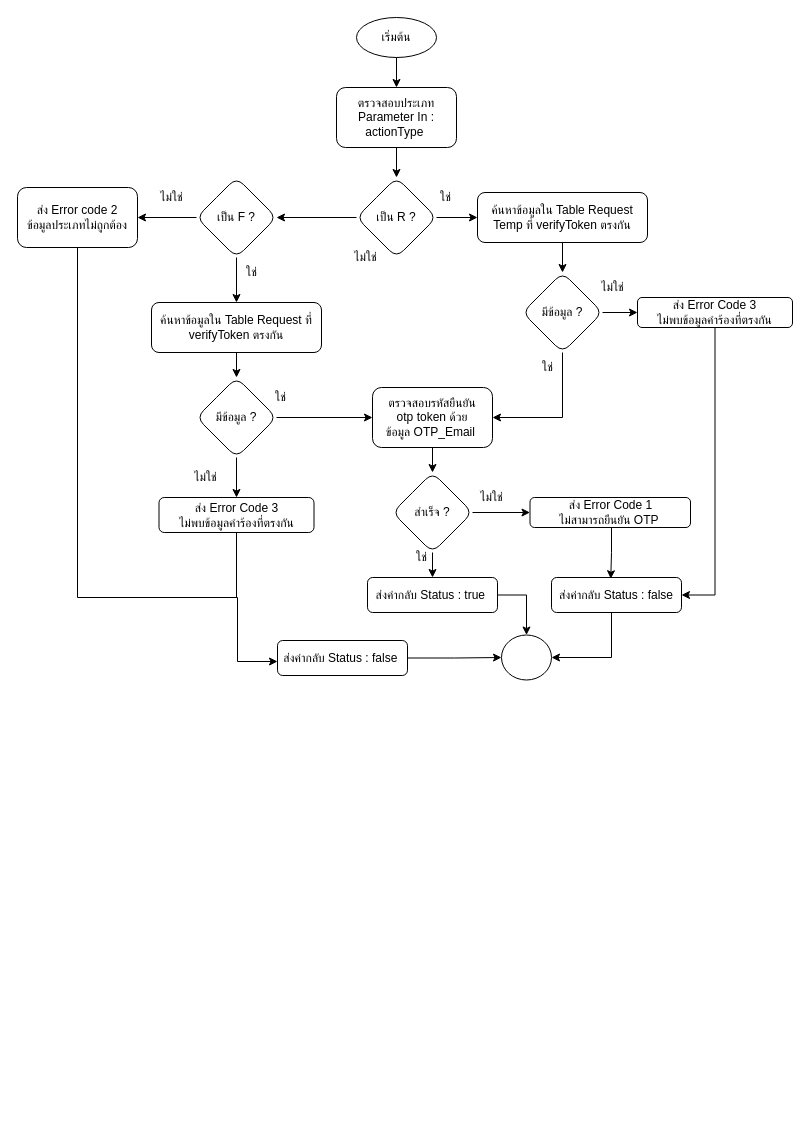
Before: page "หน้า-2" (2 of 2) of verifyOTPByEmail.drawio in charifrodmanee/charifrodmanee, a draw.io diagram. Source tidied: cells renumbered, new cells numbered last; positions are measured from the earlier drawing's top-left corner, leaving out a move shared by most shapes. Both pictures are drawn from the tidied source at 100%, with x=0, y=0 at pixel (17, 17).
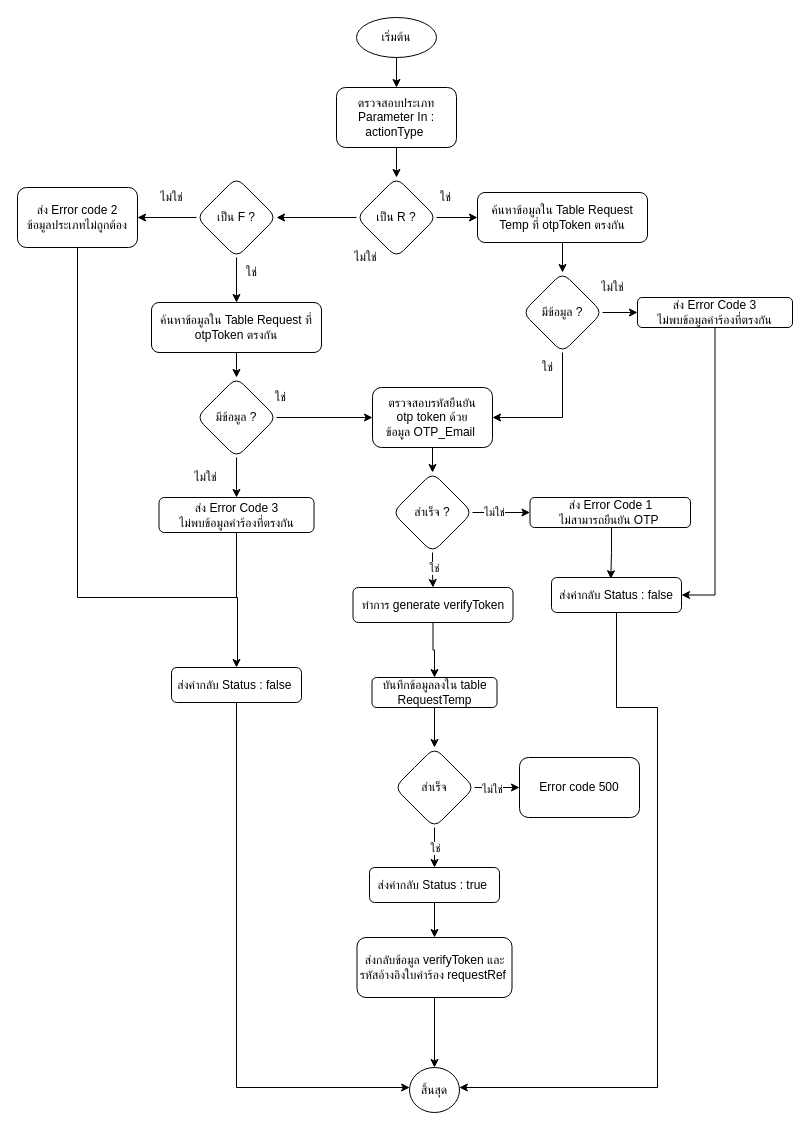
After the change.

The change refers to these unchanged cells:
```xml
<mxCell id="25" style="group;" parent="1" vertex="1">
  <mxGeometry x="134" y="285" width="170" height="230" as="geometry" />
</mxCell>
<mxCell id="27" value="มีข้อมูล ?" style="rhombus;whiteSpace=wrap;html=1;rounded=1;" parent="25" vertex="1">
  <mxGeometry x="45" y="75" width="80" height="80" as="geometry" />
</mxCell>
<mxCell id="29" value="ส่ง Error Code 3&lt;br&gt;ไม่พบข้อมูลคำร้องที่ตรงกัน" style="rounded=1;whiteSpace=wrap;html=1;" parent="25" vertex="1">
  <mxGeometry x="7.5" y="195" width="155" height="35" as="geometry" />
</mxCell>
```

Diff of the diagram source:
```diff
@@
-    <mxCell id="11" value="ค้นหาข้อมูลใน Table Request Temp ที่ verifyToken ตรงกัน" style="rounded=1;whiteSpace=wrap;html=1;" parent="1" vertex="1">
+    <mxCell id="11" value="ค้นหาข้อมูลใน Table Request Temp ที่ otpToken ตรงกัน" style="rounded=1;whiteSpace=wrap;html=1;" parent="1" vertex="1">
       <mxGeometry x="460" y="175" width="170" height="50" as="geometry" />
     </mxCell>
@@
-    <mxCell id="26" value="ค้นหาข้อมูลใน Table Request ที่ verifyToken ตรงกัน" style="rounded=1;whiteSpace=wrap;html=1;" parent="25" vertex="1">
+    <mxCell id="26" value="ค้นหาข้อมูลใน Table Request ที่ otpToken ตรงกัน" style="rounded=1;whiteSpace=wrap;html=1;" parent="25" vertex="1">
       <mxGeometry width="170" height="50" as="geometry" />
     </mxCell>
@@
-    <mxCell id="34" style="group;" parent="1" vertex="1">
-      <mxGeometry x="350" y="370" width="323" height="305" as="geometry" />
-    </mxCell>
+    <mxCell id="51" style="edgeStyle=orthogonalEdgeStyle;rounded=0;jettySize=auto;html=1;" parent="1" edge="1" source="27" target="38">
+      <mxGeometry relative="1" as="geometry" />
+    </mxCell>
+    <mxCell id="52" style="edgeStyle=orthogonalEdgeStyle;rounded=0;jettySize=auto;html=1;endArrow=none;endFill=0;" parent="1" edge="1" source="29">
+      <mxGeometry relative="1" as="geometry">
+        <mxPoint x="219" y="580" as="targetPoint" />
+      </mxGeometry>
+    </mxCell>
+    <mxCell id="53" value="ใช่" style="text;html=1;align=center;verticalAlign=middle;strokeColor=none;fillColor=none;" parent="1" vertex="1">
+      <mxGeometry x="510" y="335" width="40" height="30" as="geometry" />
+    </mxCell>
+    <mxCell id="54" value="ใช่" style="text;html=1;align=center;verticalAlign=middle;strokeColor=none;fillColor=none;" parent="1" vertex="1">
+      <mxGeometry x="213.5" y="240" width="40" height="30" as="geometry" />
+    </mxCell>
-    <mxCell id="35" style="ellipse;whiteSpace=wrap;html=1;" parent="34" vertex="1">
-      <mxGeometry x="134" y="247.5" width="50" height="45" as="geometry" />
+    <mxCell id="35" value="สิ้นสุด" style="ellipse;whiteSpace=wrap;html=1;" parent="1" vertex="1">
+      <mxGeometry x="392" y="1050" width="50" height="45" as="geometry" />
     </mxCell>
-    <mxCell id="36" style="edgeStyle=orthogonalEdgeStyle;rounded=0;jettySize=auto;html=1;entryX=0.5;entryY=0;entryDx=0;entryDy=0;endArrow=classic;endFill=1;" parent="34" edge="1" source="37" target="35">
-      <mxGeometry relative="1" as="geometry" />
-    </mxCell>
-    <mxCell id="37" value="ส่งค่ากลับ Status : true&amp;nbsp;" style="rounded=1;whiteSpace=wrap;html=1;" parent="34" vertex="1">
-      <mxGeometry y="190" width="130" height="35" as="geometry" />
-    </mxCell>
-    <mxCell id="38" value="ตรวจสอบรหัสยืนยัน&lt;br&gt;otp token ด้วยข้อมูล&amp;nbsp;OTP_Email&amp;nbsp;" style="whiteSpace=wrap;html=1;rounded=1;" parent="34" vertex="1">
-      <mxGeometry x="5" width="120" height="60" as="geometry" />
+    <mxCell id="38" value="ตรวจสอบรหัสยืนยัน&lt;br&gt;otp token ด้วยข้อมูล&amp;nbsp;OTP_Email&amp;nbsp;" style="whiteSpace=wrap;html=1;rounded=1;" parent="1" vertex="1">
+      <mxGeometry x="355" y="370" width="120" height="60" as="geometry" />
     </mxCell>
-    <mxCell id="39" style="edgeStyle=orthogonalEdgeStyle;rounded=0;jettySize=auto;html=1;endArrow=classic;endFill=1;" parent="34" edge="1" source="40" target="37">
-      <mxGeometry relative="1" as="geometry" />
-    </mxCell>
+    <mxCell id="55" style="edgeStyle=orthogonalEdgeStyle;rounded=0;jettySize=auto;html=1;entryX=0.5;entryY=0;entryDx=0;entryDy=0;" parent="1" edge="1" source="40" target="58">
+      <mxGeometry relative="1" as="geometry" />
+    </mxCell>
+    <mxCell id="56" value="ใช่" style="edgeLabel;html=1;align=center;verticalAlign=middle;" parent="55" vertex="1">
+      <mxGeometry x="-0.13" y="1" relative="1" as="geometry" />
+    </mxCell>
-    <mxCell id="40" value="สำเร็จ ?" style="rhombus;whiteSpace=wrap;html=1;rounded=1;" parent="34" vertex="1">
-      <mxGeometry x="25" y="85" width="80" height="80" as="geometry" />
+    <mxCell id="40" value="สำเร็จ ?" style="rhombus;whiteSpace=wrap;html=1;rounded=1;" parent="1" vertex="1">
+      <mxGeometry x="375" y="455" width="80" height="80" as="geometry" />
     </mxCell>
-    <mxCell id="41" style="edgeStyle=orthogonalEdgeStyle;rounded=0;jettySize=auto;html=1;entryX=0.5;entryY=0;entryDx=0;entryDy=0;" parent="34" edge="1" source="38" target="40">
+    <mxCell id="41" style="edgeStyle=orthogonalEdgeStyle;rounded=0;jettySize=auto;html=1;entryX=0.5;entryY=0;entryDx=0;entryDy=0;" parent="1" edge="1" source="38" target="40">
       <mxGeometry relative="1" as="geometry">
         <Array as="points">
-          <mxPoint x="115" y="40" />
-          <mxPoint x="115" y="40" />
+          <mxPoint x="465" y="410" />
+          <mxPoint x="465" y="410" />
         </Array>
       </mxGeometry>
     </mxCell>
-    <mxCell id="42" value="ส่ง Error Code 1&lt;br&gt;ไม่สามารถยืนยัน OTP&amp;nbsp;" style="whiteSpace=wrap;html=1;rounded=1;" parent="34" vertex="1">
-      <mxGeometry x="162.5" y="110" width="160.5" height="30" as="geometry" />
+    <mxCell id="42" value="ส่ง Error Code 1&lt;br&gt;ไม่สามารถยืนยัน OTP&amp;nbsp;" style="whiteSpace=wrap;html=1;rounded=1;" parent="1" vertex="1">
+      <mxGeometry x="512.5" y="480" width="160.5" height="30" as="geometry" />
     </mxCell>
-    <mxCell id="43" style="edgeStyle=orthogonalEdgeStyle;rounded=0;jettySize=auto;html=1;" parent="34" edge="1" source="40" target="42">
+    <mxCell id="43" style="edgeStyle=orthogonalEdgeStyle;rounded=0;jettySize=auto;html=1;" parent="1" edge="1" source="40" target="42">
       <mxGeometry relative="1" as="geometry" />
     </mxCell>
+    <mxCell id="57" value="ไม่ใช่" style="edgeLabel;html=1;align=center;verticalAlign=middle;" parent="43" vertex="1">
+      <mxGeometry x="-0.28" y="1" relative="1" as="geometry" />
+    </mxCell>
-    <mxCell id="44" style="edgeStyle=orthogonalEdgeStyle;rounded=0;jettySize=auto;html=1;entryX=1;entryY=0.5;entryDx=0;entryDy=0;endArrow=classic;endFill=1;" parent="34" edge="1" source="45" target="35">
+    <mxCell id="44" style="edgeStyle=orthogonalEdgeStyle;rounded=0;jettySize=auto;html=1;endArrow=classic;endFill=1;exitX=0.5;exitY=1;exitDx=0;exitDy=0;" parent="1" edge="1" source="45" target="35">
       <mxGeometry relative="1" as="geometry">
         <Array as="points">
-          <mxPoint x="244" y="270" />
+          <mxPoint x="599" y="690" />
+          <mxPoint x="640" y="690" />
+          <mxPoint x="640" y="1070" />
         </Array>
       </mxGeometry>
     </mxCell>
-    <mxCell id="45" value="ส่งค่ากลับ Status : false" style="rounded=1;whiteSpace=wrap;html=1;" parent="34" vertex="1">
-      <mxGeometry x="184" y="190" width="130" height="35" as="geometry" />
+    <mxCell id="45" value="ส่งค่ากลับ Status : false" style="rounded=1;whiteSpace=wrap;html=1;" parent="1" vertex="1">
+      <mxGeometry x="534" y="560" width="130" height="35" as="geometry" />
     </mxCell>
-    <mxCell id="46" value="ไม่ใช่" style="text;html=1;align=center;verticalAlign=middle;strokeColor=none;fillColor=none;" parent="34" vertex="1">
-      <mxGeometry x="99" y="95" width="50" height="30" as="geometry" />
-    </mxCell>
-    <mxCell id="47" value="ใช่" style="text;html=1;align=center;verticalAlign=middle;strokeColor=none;fillColor=none;" parent="34" vertex="1">
-      <mxGeometry x="34" y="155" width="40" height="30" as="geometry" />
-    </mxCell>
-    <mxCell id="48" style="edgeStyle=orthogonalEdgeStyle;rounded=0;jettySize=auto;html=1;entryX=0.456;entryY=0.035;entryDx=0;entryDy=0;entryPerimeter=0;endArrow=classic;endFill=1;" parent="34" edge="1" source="42" target="45">
+    <mxCell id="48" style="edgeStyle=orthogonalEdgeStyle;rounded=0;jettySize=auto;html=1;entryX=0.456;entryY=0.035;entryDx=0;entryDy=0;entryPerimeter=0;endArrow=classic;endFill=1;" parent="1" edge="1" source="42" target="45">
       <mxGeometry relative="1" as="geometry">
         <Array as="points">
-          <mxPoint x="244" y="165" />
-          <mxPoint x="243" y="165" />
+          <mxPoint x="594" y="535" />
+          <mxPoint x="593" y="535" />
         </Array>
       </mxGeometry>
     </mxCell>
-    <mxCell id="49" value="ส่งค่ากลับ Status : false&amp;nbsp;" style="rounded=1;whiteSpace=wrap;html=1;" parent="34" vertex="1">
-      <mxGeometry x="-90" y="253" width="130" height="35" as="geometry" />
+    <mxCell id="49" value="ส่งค่ากลับ Status : false&amp;nbsp;" style="rounded=1;whiteSpace=wrap;html=1;" parent="1" vertex="1">
+      <mxGeometry x="154" y="650" width="130" height="35" as="geometry" />
     </mxCell>
-    <mxCell id="50" style="edgeStyle=orthogonalEdgeStyle;rounded=0;jettySize=auto;html=1;endArrow=classic;endFill=1;" parent="34" edge="1" source="49" target="35">
-      <mxGeometry relative="1" as="geometry" />
+    <mxCell id="50" style="edgeStyle=orthogonalEdgeStyle;rounded=0;jettySize=auto;html=1;endArrow=classic;endFill=1;" parent="1" edge="1" source="49" target="35">
+      <mxGeometry relative="1" as="geometry">
+        <Array as="points">
+          <mxPoint x="219" y="1070" />
+        </Array>
+      </mxGeometry>
     </mxCell>
-    <mxCell id="51" style="edgeStyle=orthogonalEdgeStyle;rounded=0;jettySize=auto;html=1;" parent="1" edge="1" source="27" target="38">
-      <mxGeometry relative="1" as="geometry" />
-    </mxCell>
-    <mxCell id="52" style="edgeStyle=orthogonalEdgeStyle;rounded=0;jettySize=auto;html=1;endArrow=none;endFill=0;" parent="1" edge="1" source="29">
-      <mxGeometry relative="1" as="geometry">
-        <mxPoint x="219" y="580" as="targetPoint" />
-      </mxGeometry>
-    </mxCell>
-    <mxCell id="53" value="ใช่" style="text;html=1;align=center;verticalAlign=middle;strokeColor=none;fillColor=none;" parent="1" vertex="1">
-      <mxGeometry x="510" y="335" width="40" height="30" as="geometry" />
-    </mxCell>
-    <mxCell id="54" value="ใช่" style="text;html=1;align=center;verticalAlign=middle;strokeColor=none;fillColor=none;" parent="1" vertex="1">
-      <mxGeometry x="213.5" y="240" width="40" height="30" as="geometry" />
-    </mxCell>
+    <mxCell id="58" value="ทำการ generate verifyToken" style="rounded=1;whiteSpace=wrap;html=1;" parent="1" vertex="1">
+      <mxGeometry x="335.5" y="570" width="160" height="35" as="geometry" />
+    </mxCell>
+    <mxCell id="59" value="บันทึกข้อมูลลงใน table RequestTemp" style="whiteSpace=wrap;html=1;rounded=1;" parent="1" vertex="1">
+      <mxGeometry x="354.5" y="660" width="125" height="30" as="geometry" />
+    </mxCell>
+    <mxCell id="60" style="edgeStyle=orthogonalEdgeStyle;rounded=0;jettySize=auto;html=1;" parent="1" edge="1" source="58" target="59">
+      <mxGeometry relative="1" as="geometry" />
+    </mxCell>
+    <mxCell id="61" value="สำเร็จ" style="rhombus;whiteSpace=wrap;html=1;rounded=1;" parent="1" vertex="1">
+      <mxGeometry x="377" y="730" width="80" height="80" as="geometry" />
+    </mxCell>
+    <mxCell id="62" style="edgeStyle=orthogonalEdgeStyle;rounded=0;jettySize=auto;html=1;" parent="1" edge="1" source="59" target="61">
+      <mxGeometry relative="1" as="geometry" />
+    </mxCell>
+    <mxCell id="63" value="Error code 500" style="whiteSpace=wrap;html=1;rounded=1;" parent="1" vertex="1">
+      <mxGeometry x="502" y="740" width="120" height="60" as="geometry" />
+    </mxCell>
+    <mxCell id="64" style="edgeStyle=orthogonalEdgeStyle;rounded=0;jettySize=auto;html=1;" parent="1" edge="1" source="61" target="63">
+      <mxGeometry relative="1" as="geometry" />
+    </mxCell>
+    <mxCell id="65" value="ไม่ใช่" style="edgeLabel;html=1;align=center;verticalAlign=middle;" parent="64" vertex="1">
+      <mxGeometry x="-0.24" y="-1" relative="1" as="geometry" />
+    </mxCell>
+    <mxCell id="66" style="edgeStyle=orthogonalEdgeStyle;rounded=0;jettySize=auto;html=1;endArrow=classic;endFill=1;" parent="1" edge="1" source="67" target="35">
+      <mxGeometry relative="1" as="geometry" />
+    </mxCell>
+    <mxCell id="67" value="ส่งกลับข้อมูล verifyToken และ รหัสอ้างอิงใบคำร้อง requestRef&amp;nbsp;" style="whiteSpace=wrap;html=1;rounded=1;" parent="1" vertex="1">
+      <mxGeometry x="339.5" y="920" width="155" height="60" as="geometry" />
+    </mxCell>
+    <mxCell id="68" style="edgeStyle=orthogonalEdgeStyle;rounded=0;jettySize=auto;html=1;endArrow=classic;endFill=1;" parent="1" edge="1" source="37" target="67">
+      <mxGeometry relative="1" as="geometry" />
+    </mxCell>
+    <mxCell id="37" value="ส่งค่ากลับ Status : true&amp;nbsp;" style="rounded=1;whiteSpace=wrap;html=1;" parent="1" vertex="1">
+      <mxGeometry x="352" y="850" width="130" height="35" as="geometry" />
+    </mxCell>
+    <mxCell id="69" style="edgeStyle=orthogonalEdgeStyle;rounded=0;jettySize=auto;html=1;endArrow=classic;endFill=1;" parent="1" edge="1" source="61" target="37">
+      <mxGeometry relative="1" as="geometry" />
+    </mxCell>
+    <mxCell id="70" value="ใช่" style="edgeLabel;html=1;align=center;verticalAlign=middle;" parent="69" vertex="1">
+      <mxGeometry x="0.09" y="1" relative="1" as="geometry">
+        <mxPoint x="-1" y="-2" as="offset" />
+      </mxGeometry>
+    </mxCell>
```
